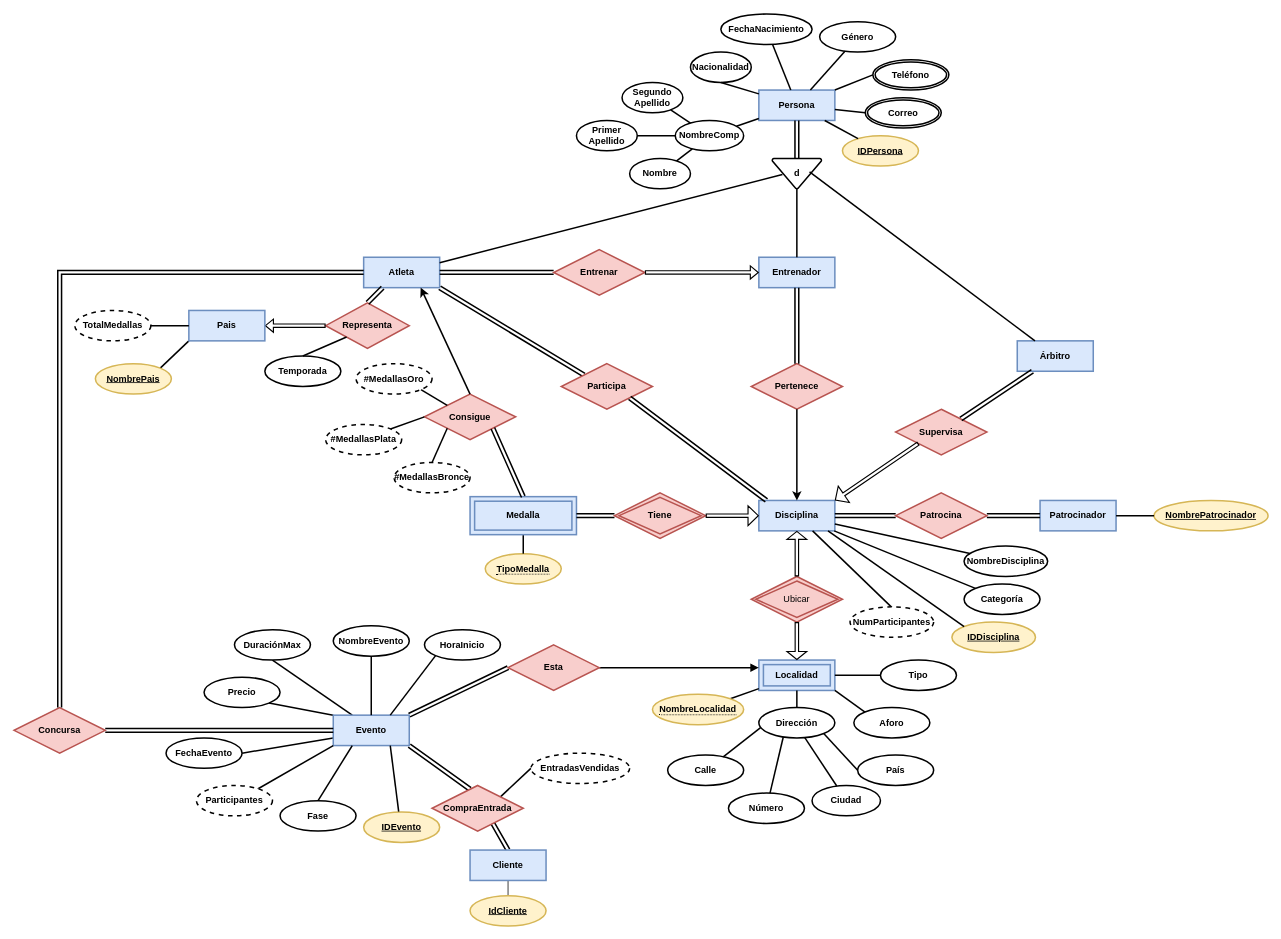
JuanSosaCiencias/TrabajosBDD keeps this draw.io diagram as ProyectoFinal_Excelbenders/Diagramas/ERExcelbenders.drawio. Above is the earlier version. Source tidied: cells renumbered, new cells numbered last; positions are measured from the earlier drawing's top-left corner, leaving out a move shared by most shapes. Both pictures are drawn from the tidied source at 76%, with x=0, y=0 at pixel (14, 14).
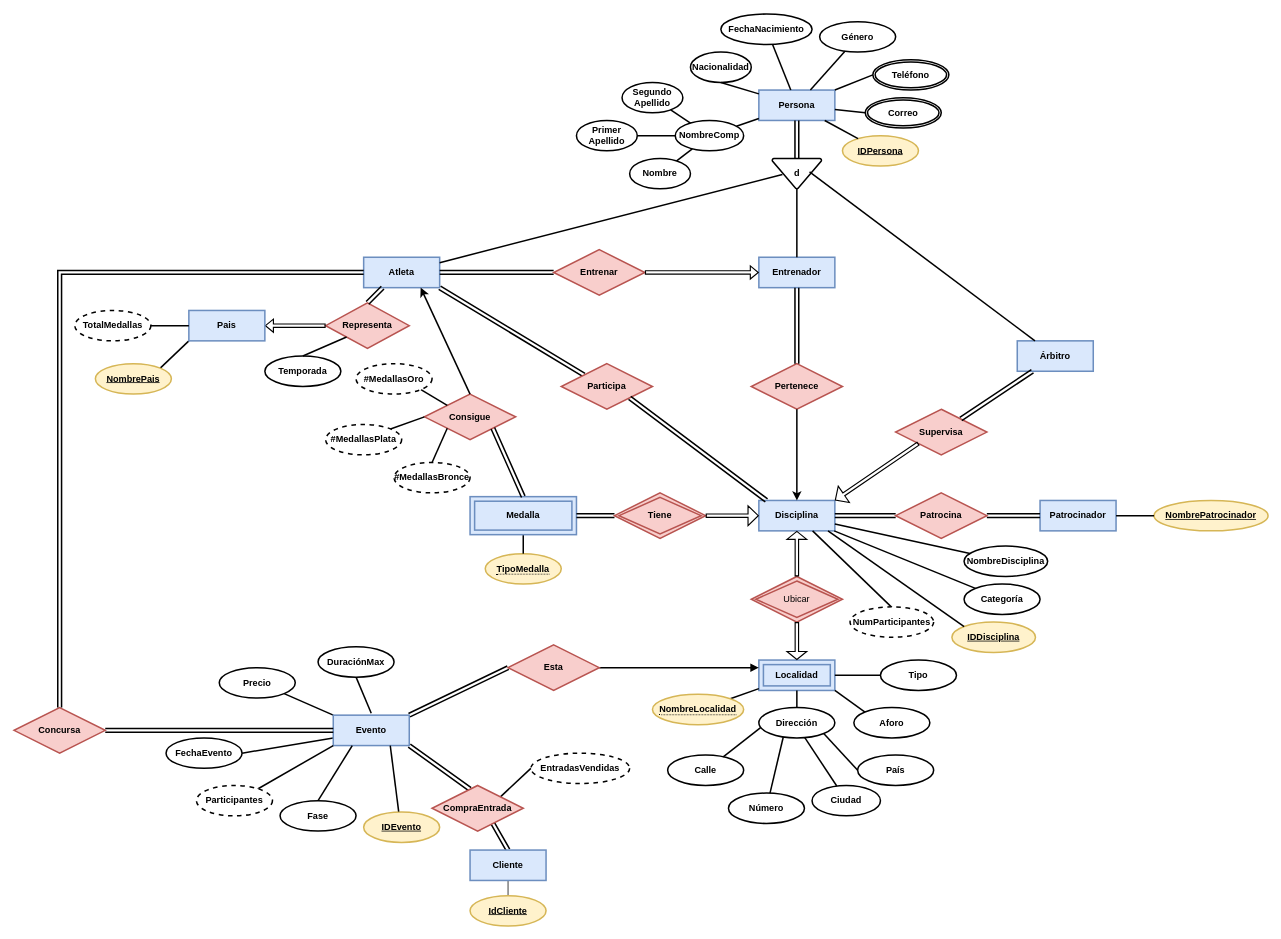
Above is the later version.

Commit message (it also covers changes not shown here):
pequeño cambio en diagramas

The change refers to these unchanged cells:
```xml
<mxCell id="73" value="Evento" style="whiteSpace=wrap;html=1;align=center;fontStyle=1;fillColor=#dae8fc;strokeColor=#6c8ebf;strokeWidth=2;" parent="1" vertex="1">
  <mxGeometry x="420" y="922.5" width="100" height="40" as="geometry" />
</mxCell>
```

What changed in the source:
```diff
@@
     <mxCell id="58" value="Precio" style="ellipse;whiteSpace=wrap;html=1;align=center;strokeWidth=2;fontStyle=1;" parent="1" vertex="1">
-      <mxGeometry x="250" y="872.5" width="100" height="40" as="geometry" />
+      <mxGeometry x="270" y="860" width="100" height="40" as="geometry" />
     </mxCell>
@@
-    <mxCell id="60" style="endArrow=none;html=1;rounded=0;entryX=0.5;entryY=1;entryDx=0;entryDy=0;strokeWidth=2;exitX=0.25;exitY=0;exitDx=0;exitDy=0;" parent="1" edge="1" source="73" target="81">
-      <mxGeometry relative="1" as="geometry" />
+    <mxCell id="60" style="endArrow=none;html=1;rounded=0;entryX=0.5;entryY=1;entryDx=0;entryDy=0;strokeWidth=2;" parent="1" edge="1" target="81">
+      <mxGeometry relative="1" as="geometry">
+        <mxPoint x="470" y="920" as="sourcePoint" />
+      </mxGeometry>
     </mxCell>
@@
     <mxCell id="81" value="DuraciónMax" style="ellipse;whiteSpace=wrap;html=1;align=center;strokeWidth=2;fontStyle=1;" parent="1" vertex="1">
-      <mxGeometry x="290" y="810" width="100" height="40" as="geometry" />
+      <mxGeometry x="400" y="832.5" width="100" height="40" as="geometry" />
     </mxCell>
@@
-    <mxCell id="129" value="&lt;b&gt;NombreEvento&lt;/b&gt;" style="ellipse;whiteSpace=wrap;html=1;align=center;strokeWidth=2;" parent="1" vertex="1">
-      <mxGeometry x="420" y="805" width="100" height="40" as="geometry" />
-    </mxCell>
-    <mxCell id="130" style="endArrow=none;html=1;rounded=0;entryX=0;entryY=1;entryDx=0;entryDy=0;strokeWidth=2;exitX=0.75;exitY=0;exitDx=0;exitDy=0;" parent="1" edge="1" source="73" target="131">
-      <mxGeometry relative="1" as="geometry" />
-    </mxCell>
-    <mxCell id="131" value="&lt;b&gt;HoraInicio&lt;/b&gt;" style="ellipse;whiteSpace=wrap;html=1;align=center;strokeWidth=2;" parent="1" vertex="1">
-      <mxGeometry x="540" y="810" width="100" height="40" as="geometry" />
-    </mxCell>
-    <mxCell id="132" style="endArrow=none;html=1;rounded=0;entryX=0.5;entryY=1;entryDx=0;entryDy=0;strokeWidth=2;exitX=0.5;exitY=0;exitDx=0;exitDy=0;" parent="1" edge="1" source="73" target="129">
-      <mxGeometry relative="1" as="geometry" />
-    </mxCell>
```
